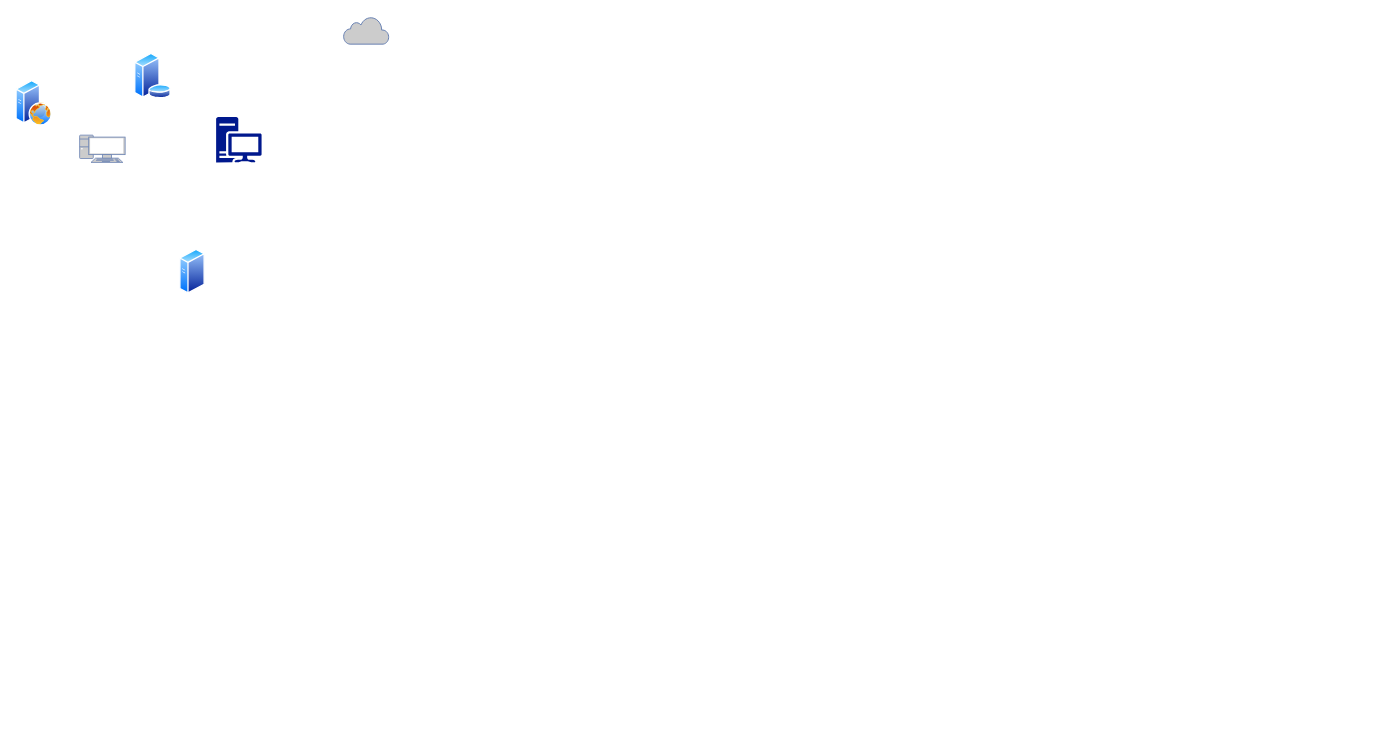
Above: 火灾同步数据下载和同步架构.drawio in dorbodwolf/graphs_from_draw.io (draw.io), before the change. Source tidied: cells renumbered, new cells numbered last; positions are measured from the earlier drawing's top-left corner, leaving out a move shared by most shapes. Both pictures are drawn from the tidied source at 91%, with x=0, y=0 at pixel (15, 16).
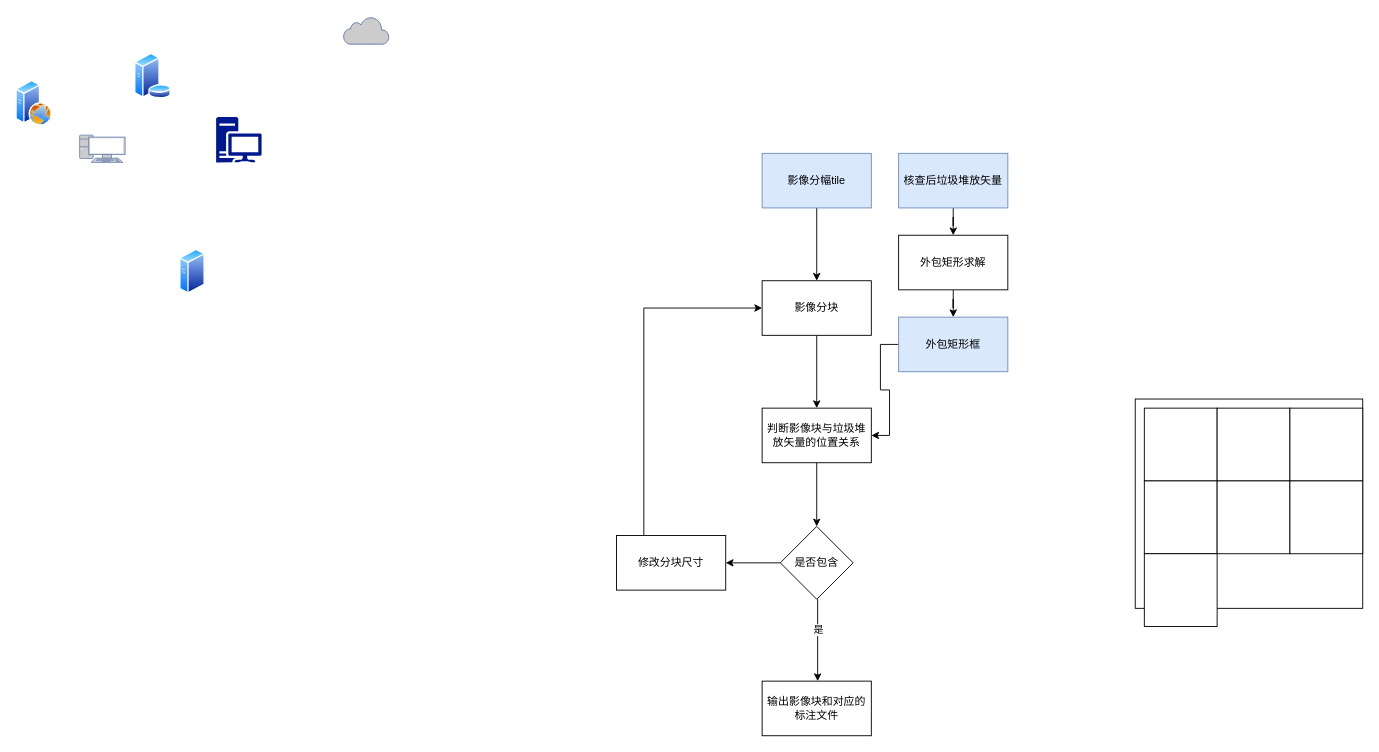
The same diagram, later.

Commit message (it also covers changes not shown here):
Update 火灾同步数据下载和同步架构.drawio

What changed in the source:
```diff
@@
+    <mxCell id="8" style="edgeStyle=orthogonalEdgeStyle;rounded=0;jettySize=auto;html=1;" parent="1" edge="1" source="9" target="13">
+      <mxGeometry relative="1" as="geometry" />
+    </mxCell>
+    <mxCell id="9" value="影像分幅tile" style="rounded=0;whiteSpace=wrap;html=1;fillColor=#dae8fc;strokeColor=#6c8ebf;" parent="1" vertex="1">
+      <mxGeometry x="820" y="150" width="120" height="60" as="geometry" />
+    </mxCell>
+    <mxCell id="10" style="edgeStyle=orthogonalEdgeStyle;rounded=0;jettySize=auto;html=1;entryX=1;entryY=0.5;entryDx=0;entryDy=0;" parent="1" edge="1" source="11" target="15">
+      <mxGeometry relative="1" as="geometry" />
+    </mxCell>
+    <mxCell id="11" value="外包矩形框" style="rounded=0;whiteSpace=wrap;html=1;fillColor=#dae8fc;strokeColor=#6c8ebf;" parent="1" vertex="1">
+      <mxGeometry x="970" y="330" width="120" height="60" as="geometry" />
+    </mxCell>
+    <mxCell id="12" style="edgeStyle=orthogonalEdgeStyle;rounded=0;jettySize=auto;html=1;" parent="1" edge="1" source="13" target="15">
+      <mxGeometry relative="1" as="geometry" />
+    </mxCell>
+    <mxCell id="13" value="影像分块" style="whiteSpace=wrap;html=1;rounded=0;" parent="1" vertex="1">
+      <mxGeometry x="820" y="290" width="120" height="60" as="geometry" />
+    </mxCell>
+    <mxCell id="14" style="edgeStyle=orthogonalEdgeStyle;rounded=0;jettySize=auto;html=1;" parent="1" edge="1" source="15" target="19">
+      <mxGeometry relative="1" as="geometry" />
+    </mxCell>
+    <mxCell id="15" value="判断影像块与垃圾堆放矢量的位置关系" style="whiteSpace=wrap;html=1;rounded=0;" parent="1" vertex="1">
+      <mxGeometry x="820" y="430" width="120" height="60" as="geometry" />
+    </mxCell>
+    <mxCell id="16" style="edgeStyle=orthogonalEdgeStyle;rounded=0;orthogonalLoop=1;jettySize=auto;html=1;" parent="1" edge="1">
+      <mxGeometry relative="1" as="geometry">
+        <mxPoint x="881" y="640" as="sourcePoint" />
+        <mxPoint x="881" y="730" as="targetPoint" />
+      </mxGeometry>
+    </mxCell>
+    <mxCell id="17" value="是" style="edgeLabel;html=1;align=center;verticalAlign=middle;" parent="16" vertex="1">
+      <mxGeometry x="-0.27" relative="1" as="geometry" />
+    </mxCell>
+    <mxCell id="18" style="edgeStyle=orthogonalEdgeStyle;rounded=0;jettySize=auto;html=1;" parent="1" edge="1" source="19" target="26">
+      <mxGeometry relative="1" as="geometry" />
+    </mxCell>
+    <mxCell id="19" value="是否包含" style="rhombus;whiteSpace=wrap;html=1;rounded=0;" parent="1" vertex="1">
+      <mxGeometry x="840" y="560" width="80" height="80" as="geometry" />
+    </mxCell>
+    <mxCell id="20" value="输出影像块和对应的 标注文件" style="whiteSpace=wrap;html=1;rounded=0;" parent="1" vertex="1">
+      <mxGeometry x="820" y="730" width="120" height="60" as="geometry" />
+    </mxCell>
+    <mxCell id="21" style="edgeStyle=orthogonalEdgeStyle;rounded=0;jettySize=auto;html=1;" parent="1" edge="1" source="22" target="24">
+      <mxGeometry relative="1" as="geometry" />
+    </mxCell>
+    <mxCell id="22" value="&lt;span&gt;核查后垃圾堆放矢量&lt;/span&gt;" style="rounded=0;whiteSpace=wrap;html=1;fillColor=#dae8fc;strokeColor=#6c8ebf;" parent="1" vertex="1">
+      <mxGeometry x="970" y="150" width="120" height="60" as="geometry" />
+    </mxCell>
+    <mxCell id="23" style="edgeStyle=orthogonalEdgeStyle;rounded=0;jettySize=auto;html=1;" parent="1" edge="1" source="24" target="11">
+      <mxGeometry relative="1" as="geometry" />
+    </mxCell>
+    <mxCell id="24" value="外包矩形求解" style="whiteSpace=wrap;html=1;rounded=0;" parent="1" vertex="1">
+      <mxGeometry x="970" y="240" width="120" height="60" as="geometry" />
+    </mxCell>
+    <mxCell id="25" style="edgeStyle=orthogonalEdgeStyle;rounded=0;jettySize=auto;html=1;entryX=0;entryY=0.5;entryDx=0;entryDy=0;" parent="1" edge="1" source="26" target="13">
+      <mxGeometry relative="1" as="geometry">
+        <Array as="points">
+          <mxPoint x="690" y="320" />
+        </Array>
+      </mxGeometry>
+    </mxCell>
+    <mxCell id="26" value="修改分块尺寸" style="whiteSpace=wrap;html=1;rounded=0;" parent="1" vertex="1">
+      <mxGeometry x="660" y="570" width="120" height="60" as="geometry" />
+    </mxCell>
+    <mxCell id="27" style="rounded=0;whiteSpace=wrap;html=1;" parent="1" vertex="1">
+      <mxGeometry x="1230" y="420" width="250" height="230" as="geometry" />
+    </mxCell>
+    <mxCell id="28" style="whiteSpace=wrap;html=1;" parent="1" vertex="1">
+      <mxGeometry x="1240" y="430" width="80" height="80" as="geometry" />
+    </mxCell>
+    <mxCell id="29" style="whiteSpace=wrap;html=1;" parent="1" vertex="1">
+      <mxGeometry x="1320" y="430" width="80" height="80" as="geometry" />
+    </mxCell>
+    <mxCell id="30" style="whiteSpace=wrap;html=1;" parent="1" vertex="1">
+      <mxGeometry x="1400" y="430" width="80" height="80" as="geometry" />
+    </mxCell>
+    <mxCell id="31" style="whiteSpace=wrap;html=1;" parent="1" vertex="1">
+      <mxGeometry x="1240" y="510" width="80" height="80" as="geometry" />
+    </mxCell>
+    <mxCell id="32" style="whiteSpace=wrap;html=1;" parent="1" vertex="1">
+      <mxGeometry x="1320" y="510" width="80" height="80" as="geometry" />
+    </mxCell>
+    <mxCell id="33" style="whiteSpace=wrap;html=1;" parent="1" vertex="1">
+      <mxGeometry x="1400" y="510" width="80" height="80" as="geometry" />
+    </mxCell>
+    <mxCell id="34" style="whiteSpace=wrap;html=1;" parent="1" vertex="1">
+      <mxGeometry x="1240" y="590" width="80" height="80" as="geometry" />
+    </mxCell>
```
